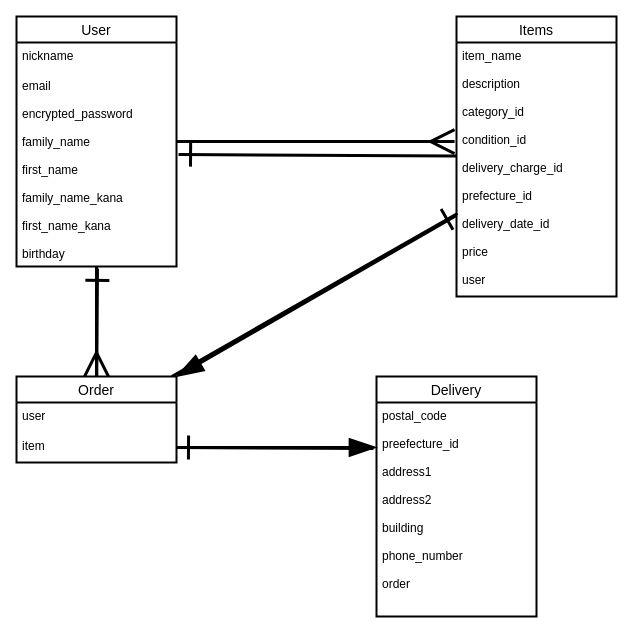
The draw.io diagram sample.dio in t08mac23/furima-38766, before the edit. Source tidied: cells renumbered, new cells numbered last; positions are measured from the earlier drawing's top-left corner, leaving out a move shared by most shapes. Both pictures are drawn from the tidied source at 100%, with x=0, y=0 at pixel (16, 16).
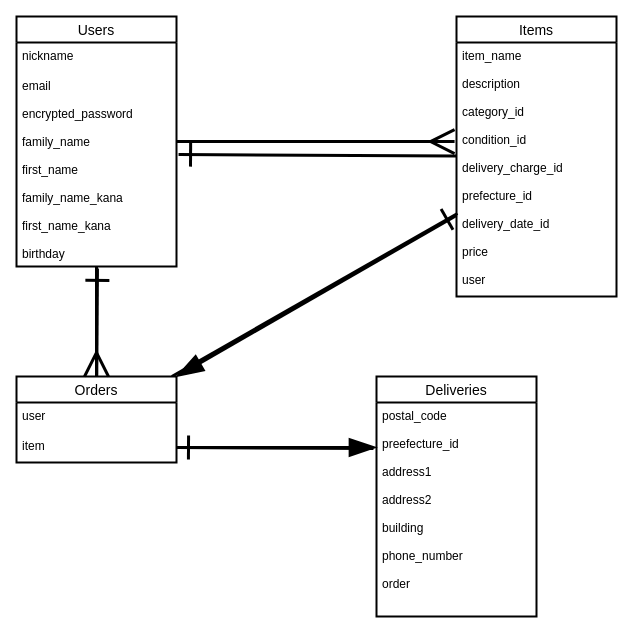
The same page after the edit.

What changed in the source:
```diff
@@
 <mxGraphModel>
   <root>
     <mxCell id="0" />
     <mxCell id="1" parent="0" />
     <mxCell id="2" style="edgeStyle=none;rounded=1;html=1;entryX=-0.012;entryY=0.39;entryDx=0;entryDy=0;entryPerimeter=0;endArrow=ERmany;endFill=0;startSize=3;endSize=20;targetPerimeterSpacing=0;strokeWidth=3;" parent="1" edge="1" source="3" target="8">
       <mxGeometry relative="1" as="geometry" />
     </mxCell>
-    <mxCell id="3" value="User" style="swimlane;fontStyle=0;horizontal=1;startSize=26;align=center;fontSize=14;strokeWidth=2;" parent="1" vertex="1">
+    <mxCell id="3" value="Users" style="swimlane;fontStyle=0;horizontal=1;startSize=26;align=center;fontSize=14;strokeWidth=2;" parent="1" vertex="1">
       <mxGeometry width="160" height="250" as="geometry" />
     </mxCell>
     <mxCell id="4" value="nickname&#10;&#10;" style="text;strokeColor=none;fillColor=none;spacingLeft=4;spacingRight=4;overflow=hidden;fontSize=12;" parent="3" vertex="1">
       <mxGeometry y="26" width="160" height="30" as="geometry" />
     </mxCell>
     <mxCell id="5" value="email&#10;&#10;encrypted_password&#10;&#10;family_name&#10;&#10;first_name&#10;&#10;family_name_kana&#10;&#10;first_name_kana&#10;&#10;birthday&#10;&#10;" style="text;strokeColor=none;fillColor=none;spacingLeft=4;spacingRight=4;overflow=hidden;points=[[0,0.5],[1,0.5]];portConstraint=eastwest;fontSize=12;" parent="3" vertex="1">
       <mxGeometry y="56" width="160" height="194" as="geometry" />
     </mxCell>
     <mxCell id="6" style="edgeStyle=none;rounded=1;html=1;entryX=1.013;entryY=0.423;entryDx=0;entryDy=0;entryPerimeter=0;endArrow=ERone;endFill=0;startSize=3;endSize=20;targetPerimeterSpacing=0;strokeWidth=3;" parent="1" edge="1" source="7" target="5">
       <mxGeometry relative="1" as="geometry" />
     </mxCell>
     <mxCell id="7" value="Items" style="swimlane;fontStyle=0;horizontal=1;startSize=26;align=center;fontSize=14;strokeWidth=2;" parent="1" vertex="1">
       <mxGeometry x="440" width="160" height="280" as="geometry" />
     </mxCell>
     <mxCell id="8" value="item_name&#10;&#10;description&#10;&#10;category_id&#10;&#10;condition_id&#10;&#10;delivery_charge_id&#10;&#10;prefecture_id&#10;&#10;delivery_date_id&#10;&#10;price&#10;&#10;user" style="text;strokeColor=none;fillColor=none;spacingLeft=4;spacingRight=4;overflow=hidden;points=[[0,0.5],[1,0.5]];portConstraint=eastwest;fontSize=12;" parent="7" vertex="1">
       <mxGeometry y="26" width="160" height="254" as="geometry" />
     </mxCell>
     <mxCell id="9" style="edgeStyle=none;rounded=1;html=1;endArrow=ERone;endFill=0;startSize=3;endSize=20;targetPerimeterSpacing=0;strokeWidth=3;entryX=0.006;entryY=0.673;entryDx=0;entryDy=0;entryPerimeter=0;" parent="1" edge="1" source="11" target="8">
       <mxGeometry relative="1" as="geometry" />
     </mxCell>
     <mxCell id="10" style="edgeStyle=none;rounded=1;html=1;entryX=0.506;entryY=1.01;entryDx=0;entryDy=0;entryPerimeter=0;endArrow=ERone;endFill=0;startSize=3;endSize=20;targetPerimeterSpacing=0;strokeWidth=3;" parent="1" edge="1" source="11" target="5">
       <mxGeometry relative="1" as="geometry" />
     </mxCell>
-    <mxCell id="11" value="Order" style="swimlane;fontStyle=0;horizontal=1;startSize=26;align=center;fontSize=14;strokeWidth=2;" parent="1" vertex="1">
+    <mxCell id="11" value="Orders" style="swimlane;fontStyle=0;horizontal=1;startSize=26;align=center;fontSize=14;strokeWidth=2;" parent="1" vertex="1">
       <mxGeometry y="360" width="160" height="86" as="geometry" />
     </mxCell>
     <mxCell id="12" value="user" style="text;strokeColor=none;fillColor=none;spacingLeft=4;spacingRight=4;overflow=hidden;fontSize=12;" parent="11" vertex="1">
       <mxGeometry y="26" width="160" height="30" as="geometry" />
     </mxCell>
     <mxCell id="13" value="item" style="text;strokeColor=none;fillColor=none;spacingLeft=4;spacingRight=4;overflow=hidden;points=[[0,0.5],[1,0.5]];portConstraint=eastwest;fontSize=12;" parent="11" vertex="1">
       <mxGeometry y="56" width="160" height="30" as="geometry" />
     </mxCell>
-    <mxCell id="14" value="Delivery" style="swimlane;fontStyle=0;horizontal=1;startSize=26;align=center;fontSize=14;strokeWidth=2;" parent="1" vertex="1">
+    <mxCell id="14" value="Deliveries" style="swimlane;fontStyle=0;horizontal=1;startSize=26;align=center;fontSize=14;strokeWidth=2;" parent="1" vertex="1">
       <mxGeometry x="360" y="360" width="160" height="240" as="geometry" />
     </mxCell>
     <mxCell id="15" value="postal_code&#10;&#10;preefecture_id&#10;&#10;address1&#10;&#10;address2&#10;&#10;building&#10;&#10;phone_number&#10;&#10;order" style="text;strokeColor=none;fillColor=none;spacingLeft=4;spacingRight=4;overflow=hidden;points=[[0,0.5],[1,0.5]];portConstraint=eastwest;fontSize=12;" parent="14" vertex="1">
       <mxGeometry y="26" width="160" height="214" as="geometry" />
     </mxCell>
     <mxCell id="16" style="edgeStyle=none;rounded=1;html=1;entryX=0;entryY=0.21;entryDx=0;entryDy=0;entryPerimeter=0;endArrow=blockThin;endFill=1;startSize=3;endSize=20;targetPerimeterSpacing=0;strokeWidth=3;" parent="1" edge="1" source="13" target="15">
       <mxGeometry relative="1" as="geometry" />
     </mxCell>
     <mxCell id="17" style="edgeStyle=none;rounded=1;html=1;entryX=1;entryY=0.5;entryDx=0;entryDy=0;endArrow=ERone;endFill=0;startSize=3;endSize=20;targetPerimeterSpacing=0;strokeWidth=3;exitX=-0.019;exitY=0.215;exitDx=0;exitDy=0;exitPerimeter=0;" parent="1" edge="1" source="15" target="13">
       <mxGeometry relative="1" as="geometry" />
     </mxCell>
     <mxCell id="18" style="edgeStyle=none;rounded=1;html=1;endArrow=ERmany;endFill=0;startSize=3;endSize=20;targetPerimeterSpacing=0;strokeWidth=3;" parent="1" edge="1" source="5" target="11">
       <mxGeometry relative="1" as="geometry" />
     </mxCell>
     <mxCell id="19" style="edgeStyle=none;rounded=1;html=1;entryX=1;entryY=0;entryDx=0;entryDy=0;endArrow=blockThin;endFill=1;startSize=3;endSize=20;targetPerimeterSpacing=0;strokeWidth=3;" parent="1" edge="1" source="8" target="11">
       <mxGeometry relative="1" as="geometry" />
     </mxCell>
   </root>
 </mxGraphModel>
```
